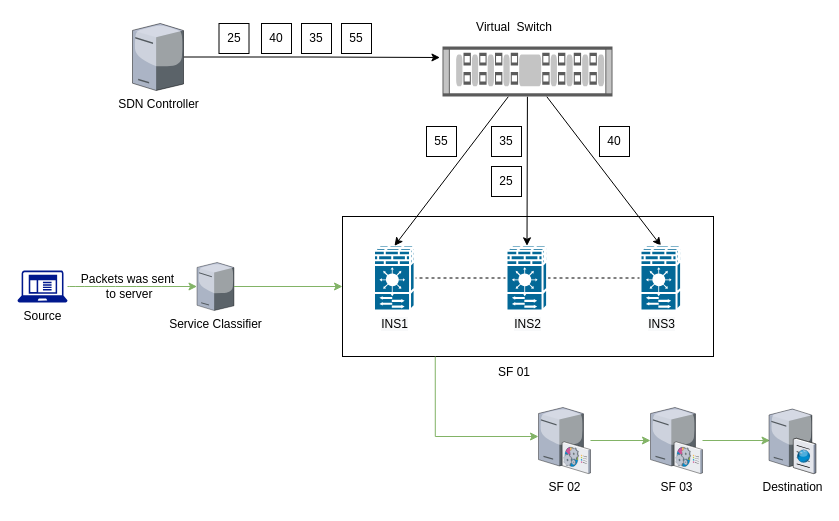
Earlier version of the draw.io diagram Auto Scaling SFC.drawio (nhbinh/draw.io). Source tidied: cells renumbered, new cells numbered last; positions are measured from the earlier drawing's top-left corner, leaving out a move shared by most shapes. Both pictures are drawn from the tidied source at 100%, with x=0, y=0 at pixel (17, 17).
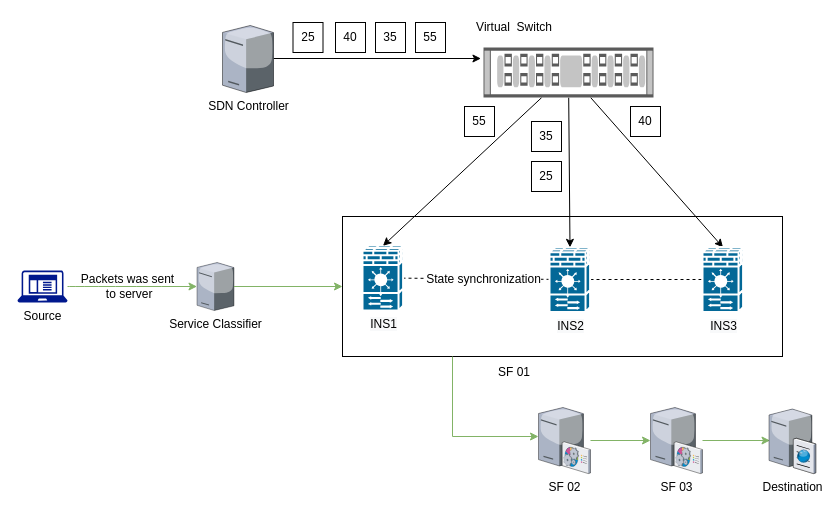
The same diagram, later.

Unchanged cells that the change refers to:
```xml
<mxCell id="3" style="edgeStyle=none;rounded=0;jettySize=auto;html=1;endArrow=none;endFill=0;dashed=1;" parent="1" edge="1" source="5" target="6">
  <mxGeometry relative="1" as="geometry" />
</mxCell>
<mxCell id="8" value="SF 02" style="verticalLabelPosition=bottom;html=1;verticalAlign=top;strokeColor=none;align=center;outlineConnect=0;shape=mxgraph.citrix.command_center;" parent="1" vertex="1">
  <mxGeometry x="521" y="390" width="52" height="66" as="geometry" />
</mxCell>
```

What changed in the source:
```diff
@@
     <mxCell id="2" style="rounded=0;whiteSpace=wrap;html=1;" parent="1" vertex="1">
-      <mxGeometry x="325" y="199" width="371" height="140" as="geometry" />
+      <mxGeometry x="325" y="199" width="440" height="140" as="geometry" />
     </mxCell>
@@
+    <mxCell id="35" value="&lt;font style=&quot;font-size: 12px&quot;&gt;State synchronization&lt;/font&gt;" style="text;html=1;align=center;verticalAlign=middle;labelBackgroundColor=#ffffff;" parent="3" vertex="1">
+      <mxGeometry x="-0.26" y="2" relative="1" as="geometry">
+        <mxPoint x="-12" y="-1.5" as="offset" />
+      </mxGeometry>
+    </mxCell>
@@
     <mxCell id="5" value="&lt;span style=&quot;white-space: normal ; background-color: rgb(248 , 249 , 250)&quot;&gt;INS2&lt;/span&gt;" style="shape=mxgraph.cisco.controllers_and_modules.firewall_service_module_(fwsm);html=1;dashed=0;fillColor=#036897;strokeColor=#ffffff;strokeWidth=2;verticalLabelPosition=bottom;verticalAlign=top;labelBackgroundColor=#ffffff;" parent="1" vertex="1">
-      <mxGeometry x="489" y="228" width="41" height="65" as="geometry" />
+      <mxGeometry x="532" y="229.5" width="41" height="65" as="geometry" />
     </mxCell>
     <mxCell id="6" value="&lt;span style=&quot;white-space: normal ; background-color: rgb(248 , 249 , 250)&quot;&gt;INS1&lt;/span&gt;" style="shape=mxgraph.cisco.controllers_and_modules.firewall_service_module_(fwsm);html=1;dashed=0;fillColor=#036897;strokeColor=#ffffff;strokeWidth=2;verticalLabelPosition=bottom;verticalAlign=top;labelBackgroundColor=#ffffff;" parent="1" vertex="1">
-      <mxGeometry x="356.5" y="228" width="41" height="65" as="geometry" />
+      <mxGeometry x="345" y="228" width="41" height="65" as="geometry" />
     </mxCell>
@@
     <mxCell id="11" style="edgeStyle=orthogonalEdgeStyle;rounded=0;jettySize=auto;html=1;entryX=-0.015;entryY=0.22;entryDx=0;entryDy=0;entryPerimeter=0;" parent="1" edge="1" source="12" target="21">
-      <mxGeometry relative="1" as="geometry" />
+      <mxGeometry relative="1" as="geometry">
+        <Array as="points">
+          <mxPoint x="255" y="41" />
+          <mxPoint x="255" y="41" />
+        </Array>
+      </mxGeometry>
     </mxCell>
     <mxCell id="12" value="SDN Controller" style="verticalLabelPosition=bottom;html=1;verticalAlign=top;strokeColor=none;align=center;outlineConnect=0;shape=mxgraph.citrix.license_server;" parent="1" vertex="1">
-      <mxGeometry x="115" y="6" width="51" height="67" as="geometry" />
+      <mxGeometry x="205" y="8" width="51" height="67" as="geometry" />
     </mxCell>
@@
     <mxCell id="21" style="shape=mxgraph.rack.cisco.cisco_nexus_3016_switch;html=1;labelPosition=right;align=left;spacingLeft=15;dashed=0;shadow=0;fillColor=#ffffff;dashPattern=1 1;" parent="1" vertex="1">
-      <mxGeometry x="425" y="29" width="170" height="50" as="geometry" />
+      <mxGeometry x="466" y="30" width="170" height="50" as="geometry" />
     </mxCell>
@@
     <mxCell id="23" value="25" style="rounded=0;whiteSpace=wrap;html=1;" parent="1" vertex="1">
-      <mxGeometry x="201.5" y="6" width="30" height="30" as="geometry" />
+      <mxGeometry x="275.5" y="5" width="30" height="30" as="geometry" />
     </mxCell>
     <mxCell id="24" value="40" style="rounded=0;whiteSpace=wrap;html=1;" parent="1" vertex="1">
-      <mxGeometry x="244" y="6" width="30" height="30" as="geometry" />
+      <mxGeometry x="318" y="5" width="30" height="30" as="geometry" />
     </mxCell>
     <mxCell id="25" value="35" style="rounded=0;whiteSpace=wrap;html=1;" parent="1" vertex="1">
-      <mxGeometry x="284" y="6" width="30" height="30" as="geometry" />
+      <mxGeometry x="358" y="5" width="30" height="30" as="geometry" />
     </mxCell>
     <mxCell id="26" value="55" style="rounded=0;whiteSpace=wrap;html=1;" parent="1" vertex="1">
-      <mxGeometry x="324" y="6" width="30" height="30" as="geometry" />
+      <mxGeometry x="398" y="5" width="30" height="30" as="geometry" />
     </mxCell>
     <mxCell id="27" value="&lt;span style=&quot;white-space: normal ; background-color: rgb(248 , 249 , 250)&quot;&gt;INS3&lt;/span&gt;" style="shape=mxgraph.cisco.controllers_and_modules.firewall_service_module_(fwsm);html=1;dashed=0;fillColor=#036897;strokeColor=#ffffff;strokeWidth=2;verticalLabelPosition=bottom;verticalAlign=top;labelBackgroundColor=#ffffff;" parent="1" vertex="1">
-      <mxGeometry x="623" y="228" width="41" height="65" as="geometry" />
+      <mxGeometry x="685" y="229.5" width="41" height="65" as="geometry" />
     </mxCell>
     <mxCell id="28" value="40" style="rounded=0;whiteSpace=wrap;html=1;" parent="1" vertex="1">
-      <mxGeometry x="582" y="109" width="30" height="30" as="geometry" />
+      <mxGeometry x="613" y="89" width="30" height="30" as="geometry" />
     </mxCell>
     <mxCell id="29" value="55" style="rounded=0;whiteSpace=wrap;html=1;" parent="1" vertex="1">
-      <mxGeometry x="409" y="109" width="30" height="30" as="geometry" />
+      <mxGeometry x="447" y="89" width="30" height="30" as="geometry" />
     </mxCell>
     <mxCell id="30" value="35" style="rounded=0;whiteSpace=wrap;html=1;" parent="1" vertex="1">
-      <mxGeometry x="474" y="109" width="30" height="30" as="geometry" />
+      <mxGeometry x="514" y="104" width="30" height="30" as="geometry" />
     </mxCell>
     <mxCell id="31" value="25" style="rounded=0;whiteSpace=wrap;html=1;" parent="1" vertex="1">
-      <mxGeometry x="474" y="149" width="30" height="30" as="geometry" />
+      <mxGeometry x="514" y="144" width="30" height="30" as="geometry" />
     </mxCell>
     <mxCell id="32" style="edgeStyle=orthogonalEdgeStyle;rounded=0;html=1;endArrow=classic;endFill=1;jettySize=auto;fillColor=#d5e8d4;strokeColor=#82b366;exitX=0.25;exitY=1;exitDx=0;exitDy=0;" parent="1" edge="1" source="2" target="8">
       <mxGeometry relative="1" as="geometry">
         <Array as="points">
-          <mxPoint x="418" y="419" />
+          <mxPoint x="435" y="419" />
         </Array>
       </mxGeometry>
     </mxCell>
```
